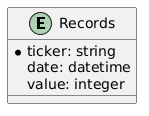
Before: db.png, a diagram exported from PlantUML (Igno-C/RoRTask). The source it was exported from:
```plantuml
@startuml
entity Records {
* ticker: string
date: datetime
value: integer
}
@enduml
```
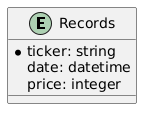
Later version of the same file.

Commit message:
value -> price

What changed in the source:
```diff
@@ -2,6 +2,6 @@
 entity Records {
 * ticker: string
 date: datetime
-value: integer
+price: integer
 }
 @enduml
```
